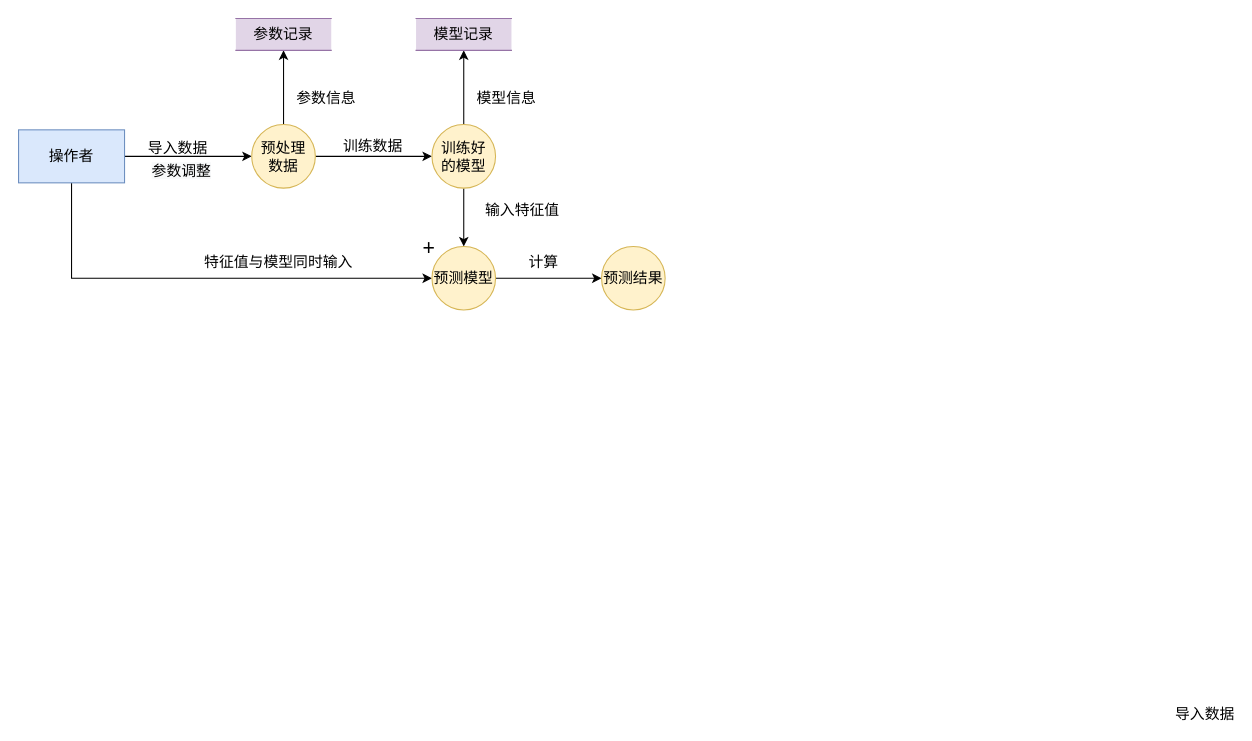
The draw.io diagram 未命名绘图.drawio in WhItEG-bit/Fagucity, before the edit. Source tidied: cells renumbered, new cells numbered last; positions are measured from the earlier drawing's top-left corner, leaving out a move shared by most shapes. Both pictures are drawn from the tidied source at 106%, with x=0, y=0 at pixel (18, -14).
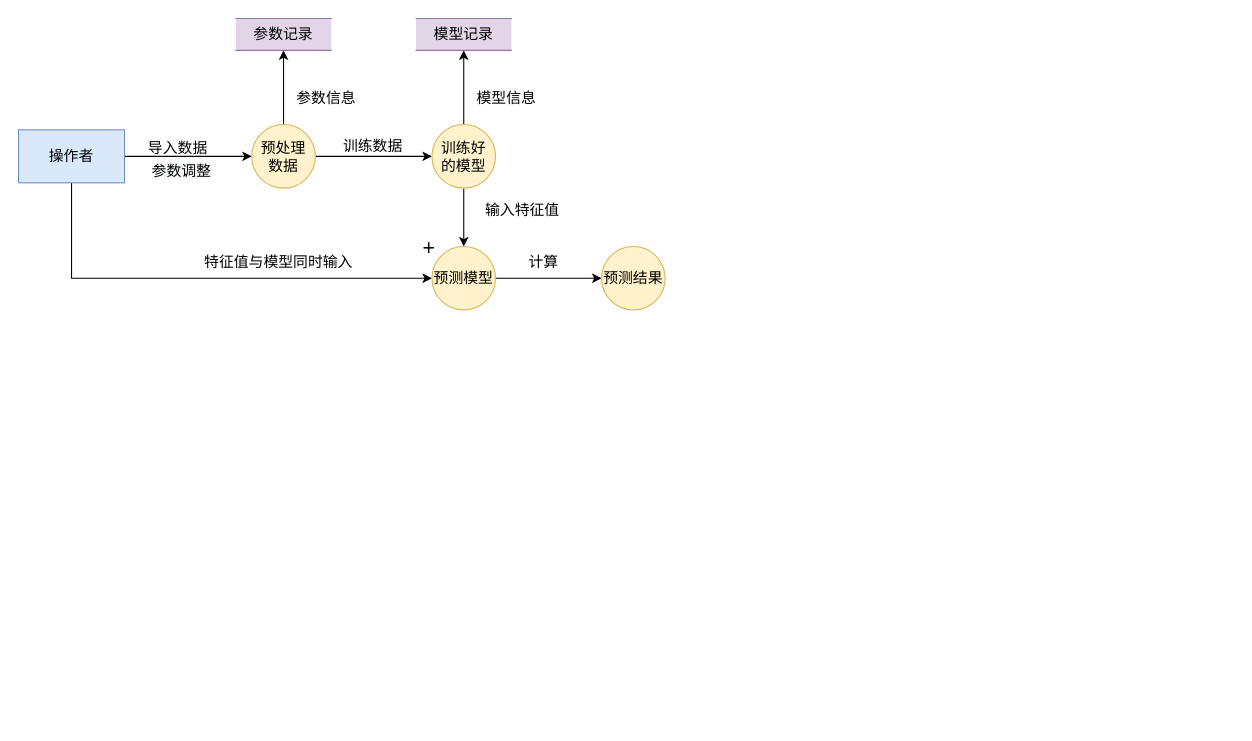
The same page after the edit.

Commit message:
更新未命名绘图.drawio

Unchanged cells that the change refers to:
```xml
<mxCell id="2" style="edgeStyle=orthogonalEdgeStyle;rounded=0;jettySize=auto;html=1;exitX=1;exitY=0.5;exitDx=0;exitDy=0;fontSize=14;" parent="1" edge="1" source="5" target="8">
  <mxGeometry relative="1" as="geometry" />
</mxCell>
```

Change to the diagram source:
```diff
@@
-    <mxCell id="3" value="导入数据" style="edgeLabel;html=1;align=center;verticalAlign=middle;fontSize=14;" parent="2" vertex="1">
-      <mxGeometry x="-0.12" y="4" relative="1" as="geometry">
-        <mxPoint x="965" y="529" as="offset" />
-      </mxGeometry>
-    </mxCell>
```
